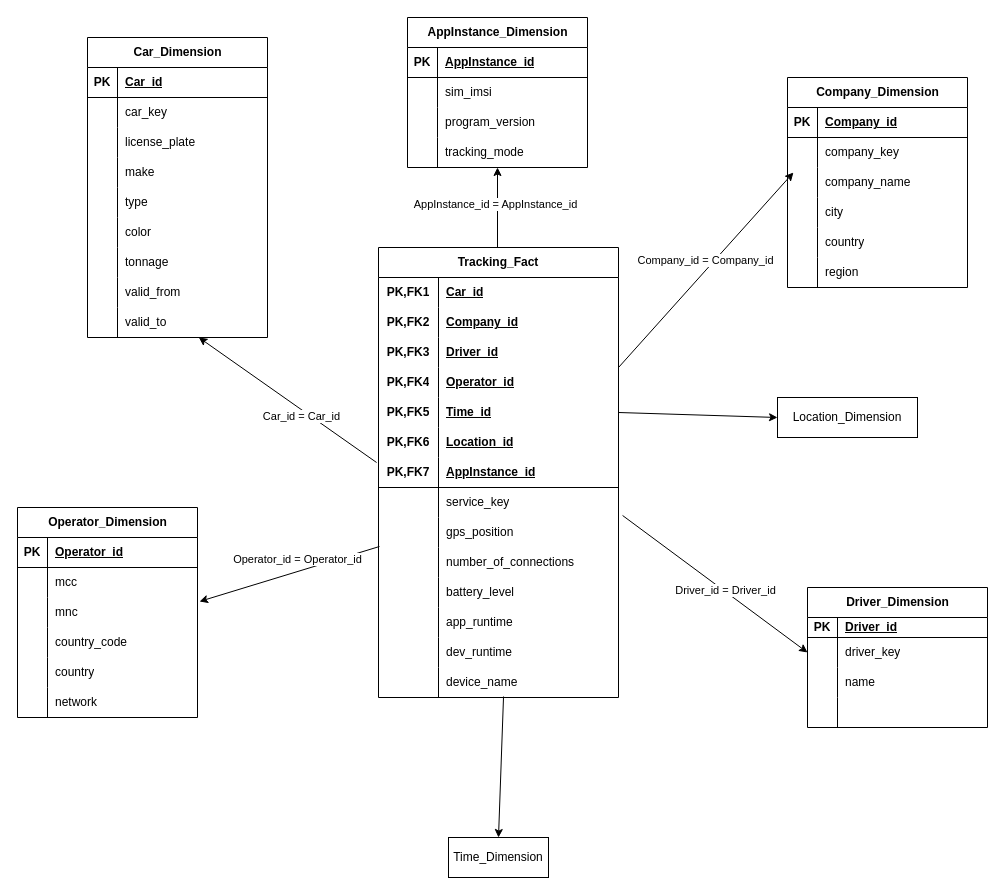
JosefKuchar/pa220-project keeps this draw.io diagram as erd.drawio. Above is the earlier version. Source tidied: cells renumbered, new cells numbered last; positions are measured from the earlier drawing's top-left corner, leaving out a move shared by most shapes. Both pictures are drawn from the tidied source at 100%, with x=0, y=0 at pixel (17, 17).
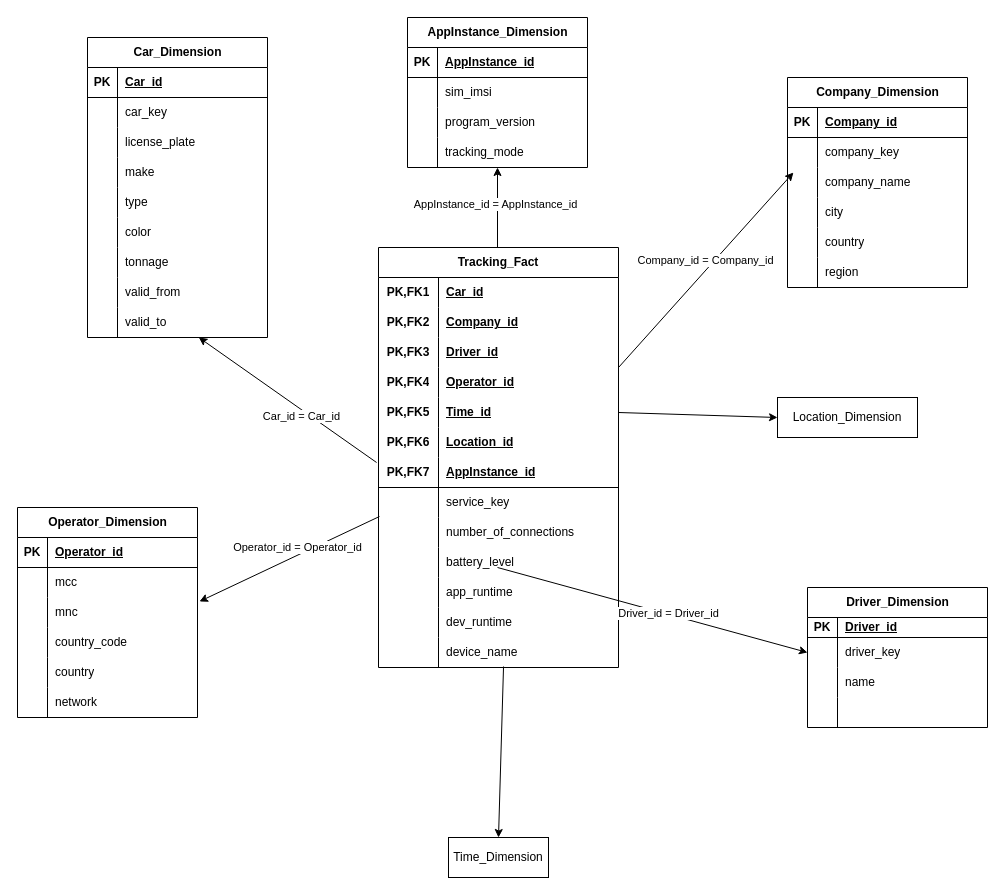
After the change.

Commit message:
fix: remove position measurement

Unchanged cells that the change refers to:
```xml
<mxCell id="96" style="shape=tableRow;horizontal=0;startSize=0;swimlaneHead=0;swimlaneBody=0;fillColor=none;points=[[0,0.5],[1,0.5]];portConstraint=eastwest;top=0;left=0;right=0;bottom=0;" parent="92" vertex="1">
  <mxGeometry y="50" width="180" height="30" as="geometry" />
</mxCell>
```

Change to the diagram source:
```diff
@@
     <mxCell id="2" value="Tracking_Fact" style="shape=table;startSize=30;childLayout=tableLayout;rowLines=0;fontStyle=1;align=center;html=1;whiteSpace=wrap;" parent="1" vertex="1">
-      <mxGeometry x="361" y="230" width="240" height="450" as="geometry" />
+      <mxGeometry x="361" y="230" width="240" height="420" as="geometry" />
     </mxCell>
@@
-    <mxCell id="27" style="shape=tableRow;horizontal=0;startSize=0;swimlaneHead=0;swimlaneBody=0;fillColor=none;points=[[0,0.5],[1,0.5]];portConstraint=eastwest;top=0;left=0;right=0;bottom=0;html=1;" parent="2" vertex="1">
-      <mxGeometry y="270" width="240" height="30" as="geometry" />
-    </mxCell>
-    <mxCell id="28" style="shape=partialRectangle;fillColor=none;top=0;left=0;bottom=0;right=0;overflow=hidden;html=1;whiteSpace=wrap;" parent="27" vertex="1">
-      <mxGeometry width="60" height="30" as="geometry" />
-    </mxCell>
-    <mxCell id="29" value="gps_position" style="shape=partialRectangle;fillColor=none;top=0;left=0;bottom=0;right=0;align=left;spacingLeft=6;overflow=hidden;html=1;whiteSpace=wrap;" parent="27" vertex="1">
-      <mxGeometry x="60" width="180" height="30" as="geometry" />
-    </mxCell>
     <mxCell id="30" style="shape=tableRow;horizontal=0;startSize=0;swimlaneHead=0;swimlaneBody=0;fillColor=none;points=[[0,0.5],[1,0.5]];portConstraint=eastwest;top=0;left=0;right=0;bottom=0;html=1;" parent="2" vertex="1">
-      <mxGeometry y="300" width="240" height="30" as="geometry" />
+      <mxGeometry y="270" width="240" height="30" as="geometry" />
     </mxCell>
@@
     <mxCell id="33" style="shape=tableRow;horizontal=0;startSize=0;swimlaneHead=0;swimlaneBody=0;fillColor=none;top=0;left=0;right=0;bottom=0;html=1;" parent="2" vertex="1">
-      <mxGeometry y="330" width="240" height="30" as="geometry" />
+      <mxGeometry y="300" width="240" height="30" as="geometry" />
     </mxCell>
@@
     <mxCell id="36" style="shape=tableRow;horizontal=0;startSize=0;swimlaneHead=0;swimlaneBody=0;fillColor=none;top=0;left=0;right=0;bottom=0;html=1;" parent="2" vertex="1">
-      <mxGeometry y="360" width="240" height="30" as="geometry" />
+      <mxGeometry y="330" width="240" height="30" as="geometry" />
     </mxCell>
@@
     <mxCell id="39" style="shape=tableRow;horizontal=0;startSize=0;swimlaneHead=0;swimlaneBody=0;fillColor=none;top=0;left=0;right=0;bottom=0;html=1;" parent="2" vertex="1">
-      <mxGeometry y="390" width="240" height="30" as="geometry" />
+      <mxGeometry y="360" width="240" height="30" as="geometry" />
     </mxCell>
@@
     <mxCell id="42" style="shape=tableRow;horizontal=0;startSize=0;swimlaneHead=0;swimlaneBody=0;fillColor=none;points=[[0,0.5],[1,0.5]];portConstraint=eastwest;top=0;left=0;right=0;bottom=0;html=1;" parent="2" vertex="1">
-      <mxGeometry y="420" width="240" height="30" as="geometry" />
+      <mxGeometry y="390" width="240" height="30" as="geometry" />
     </mxCell>
@@
-    <mxCell id="144" style="endArrow=classic;html=1;rounded=0;entryX=0;entryY=0.5;entryDx=0;entryDy=0;exitX=1.017;exitY=-0.067;exitDx=0;exitDy=0;exitPerimeter=0;" parent="1" edge="1" source="27" target="96">
-      <mxGeometry relative="1" as="geometry" />
+    <mxCell id="144" style="endArrow=classic;html=1;rounded=0;entryX=0;entryY=0.5;entryDx=0;entryDy=0;exitX=1.017;exitY=-0.067;exitDx=0;exitDy=0;exitPerimeter=0;" parent="1" edge="1" target="96">
+      <mxGeometry relative="1" as="geometry">
+        <mxPoint x="480" y="550" as="sourcePoint" />
+      </mxGeometry>
     </mxCell>
```
